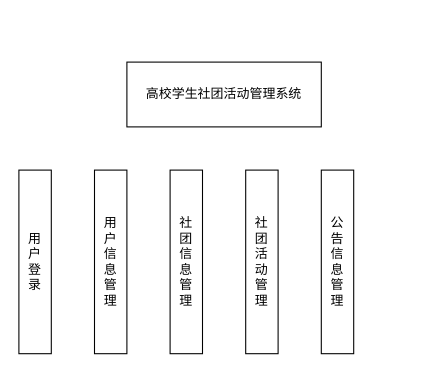
Gonod20s/Voice-Controlled-Robot keeps this draw.io diagram as models.drawio. Above is the earlier version. Source tidied: cells renumbered, new cells numbered last; positions are measured from the earlier drawing's top-left corner, leaving out a move shared by most shapes. Both pictures are drawn from the tidied source at 108%, with x=0, y=0 at pixel (18, 62).
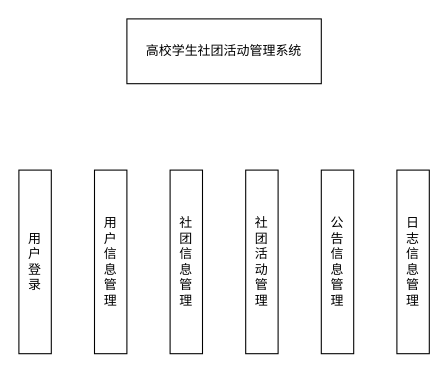
Above is the later version.

The edit, as a diff of the source:
```diff
@@
 <mxGraphModel>
   <root>
     <mxCell id="0" />
     <mxCell id="1" parent="0" />
     <mxCell id="2" value="高校学生社团活动管理系统" style="rounded=0;whiteSpace=wrap;html=1;" parent="1" vertex="1">
-      <mxGeometry x="100" width="180" height="60" as="geometry" />
+      <mxGeometry x="100" y="-40" width="180" height="60" as="geometry" />
     </mxCell>
     <mxCell id="3" value="用&lt;div&gt;户&lt;/div&gt;&lt;div&gt;登&lt;/div&gt;&lt;div&gt;录&lt;/div&gt;" style="rounded=0;whiteSpace=wrap;html=1;" parent="1" vertex="1">
       <mxGeometry y="100" width="30" height="170" as="geometry" />
     </mxCell>
     <mxCell id="4" value="用&lt;div&gt;户&lt;/div&gt;&lt;div&gt;信&lt;/div&gt;&lt;div&gt;息&lt;/div&gt;&lt;div&gt;管&lt;/div&gt;&lt;div&gt;理&lt;/div&gt;" style="rounded=0;whiteSpace=wrap;html=1;" parent="1" vertex="1">
       <mxGeometry x="70" y="100" width="30" height="170" as="geometry" />
     </mxCell>
     <mxCell id="5" value="&lt;span style=&quot;background-color: transparent;&quot;&gt;社&lt;/span&gt;&lt;div&gt;&lt;span style=&quot;background-color: transparent;&quot;&gt;团&lt;/span&gt;&lt;/div&gt;&lt;div&gt;&lt;span style=&quot;background-color: transparent;&quot;&gt;信&lt;/span&gt;&lt;div&gt;息&lt;/div&gt;&lt;div&gt;管&lt;/div&gt;&lt;div&gt;理&lt;/div&gt;&lt;/div&gt;" style="rounded=0;whiteSpace=wrap;html=1;" parent="1" vertex="1">
       <mxGeometry x="140" y="100" width="30" height="170" as="geometry" />
     </mxCell>
     <mxCell id="6" value="&lt;span style=&quot;background-color: transparent;&quot;&gt;社&lt;/span&gt;&lt;div&gt;&lt;span style=&quot;background-color: transparent;&quot;&gt;团&lt;/span&gt;&lt;/div&gt;&lt;div&gt;活&lt;/div&gt;&lt;div&gt;动&lt;br&gt;&lt;div&gt;管&lt;/div&gt;&lt;div&gt;理&lt;/div&gt;&lt;/div&gt;" style="rounded=0;whiteSpace=wrap;html=1;" parent="1" vertex="1">
       <mxGeometry x="210" y="100" width="30" height="170" as="geometry" />
     </mxCell>
     <mxCell id="7" value="&lt;span style=&quot;background-color: transparent;&quot;&gt;公&lt;/span&gt;&lt;div&gt;&lt;span style=&quot;background-color: transparent;&quot;&gt;告&lt;/span&gt;&lt;/div&gt;&lt;div&gt;&lt;span style=&quot;background-color: transparent;&quot;&gt;信&lt;/span&gt;&lt;div&gt;&lt;div&gt;息&lt;/div&gt;&lt;div&gt;管&lt;/div&gt;&lt;div&gt;理&lt;/div&gt;&lt;/div&gt;&lt;/div&gt;" style="rounded=0;whiteSpace=wrap;html=1;" parent="1" vertex="1">
       <mxGeometry x="280" y="100" width="30" height="170" as="geometry" />
     </mxCell>
+    <mxCell id="8" value="&lt;span style=&quot;background-color: transparent;&quot;&gt;日&lt;/span&gt;&lt;div&gt;&lt;span style=&quot;background-color: transparent;&quot;&gt;志&lt;/span&gt;&lt;/div&gt;&lt;div&gt;&lt;span style=&quot;background-color: transparent;&quot;&gt;信&lt;/span&gt;&lt;div&gt;&lt;div&gt;&lt;div&gt;息&lt;/div&gt;&lt;div&gt;管&lt;/div&gt;&lt;div&gt;理&lt;/div&gt;&lt;/div&gt;&lt;/div&gt;&lt;/div&gt;" style="rounded=0;whiteSpace=wrap;html=1;" parent="1" vertex="1">
+      <mxGeometry x="350" y="100" width="30" height="170" as="geometry" />
+    </mxCell>
   </root>
 </mxGraphModel>
```
